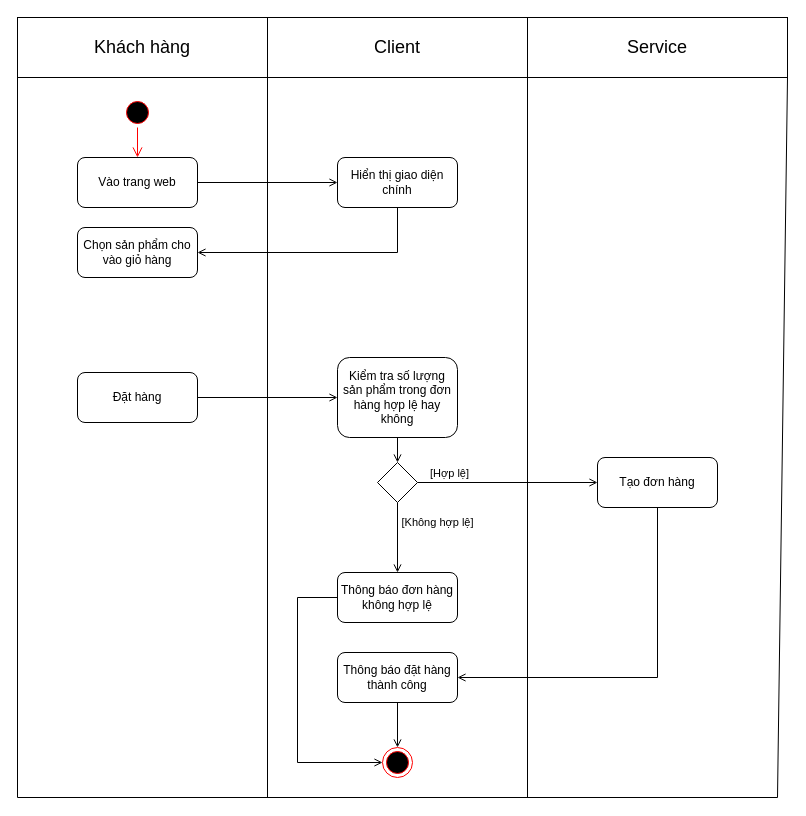
Earlier version of the draw.io diagram page "Activity Diagram (Đặt hàng)" (4 of 12) of document/diagram/PBL03.drawio (BlenDMinh/PBL03). Source tidied: cells renumbered, new cells numbered last; positions are measured from the earlier drawing's top-left corner, leaving out a move shared by most shapes. Both pictures are drawn from the tidied source at 100%, with x=0, y=0 at pixel (17, 17).
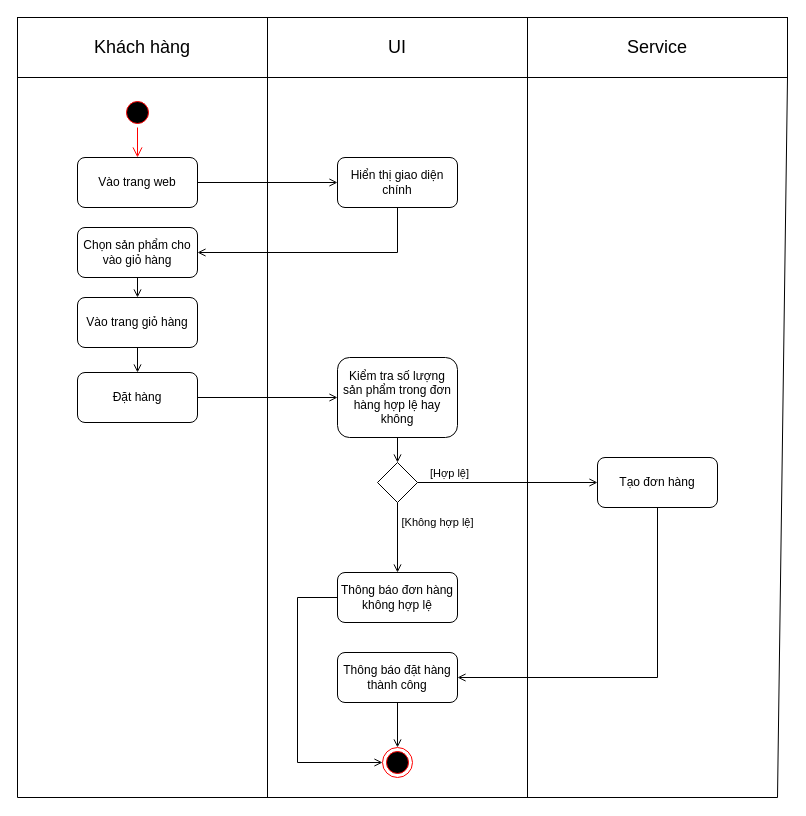
After the change.

The change refers to these unchanged cells:
```xml
<mxCell id="4" value="Đặt hàng" style="rounded=1;whiteSpace=wrap;html=1;" parent="1" vertex="1">
  <mxGeometry x="60" y="355" width="120" height="50" as="geometry" />
</mxCell>
<mxCell id="31" value="Chọn sản phẩm cho vào giỏ hàng" style="rounded=1;whiteSpace=wrap;html=1;" parent="1" vertex="1">
  <mxGeometry x="60" y="210" width="120" height="50" as="geometry" />
</mxCell>
```

Diff of the diagram source:
```diff
@@
-    <mxCell id="6" value="&lt;font style=&quot;font-size: 18px;&quot;&gt;Client&lt;/font&gt;" style="rounded=0;whiteSpace=wrap;html=1;" parent="1" vertex="1">
+    <mxCell id="6" value="&lt;font style=&quot;font-size: 18px;&quot;&gt;UI&lt;/font&gt;" style="rounded=0;whiteSpace=wrap;html=1;" parent="1" vertex="1">
       <mxGeometry x="250" width="260" height="60" as="geometry" />
     </mxCell>
@@
+    <mxCell id="32" style="endArrow=open;html=1;rounded=0;exitX=0.5;exitY=1;exitDx=0;exitDy=0;endFill=0;edgeStyle=orthogonalEdgeStyle;entryX=0.5;entryY=0;entryDx=0;entryDy=0;" parent="1" edge="1" source="31" target="33">
+      <mxGeometry relative="1" as="geometry" />
+    </mxCell>
+    <mxCell id="33" value="Vào trang giỏ hàng" style="rounded=1;whiteSpace=wrap;html=1;" parent="1" vertex="1">
+      <mxGeometry x="60" y="280" width="120" height="50" as="geometry" />
+    </mxCell>
+    <mxCell id="34" style="endArrow=open;html=1;rounded=0;exitX=0.5;exitY=1;exitDx=0;exitDy=0;endFill=0;edgeStyle=orthogonalEdgeStyle;entryX=0.5;entryY=0;entryDx=0;entryDy=0;" parent="1" edge="1" source="33" target="4">
+      <mxGeometry relative="1" as="geometry" />
+    </mxCell>
```
